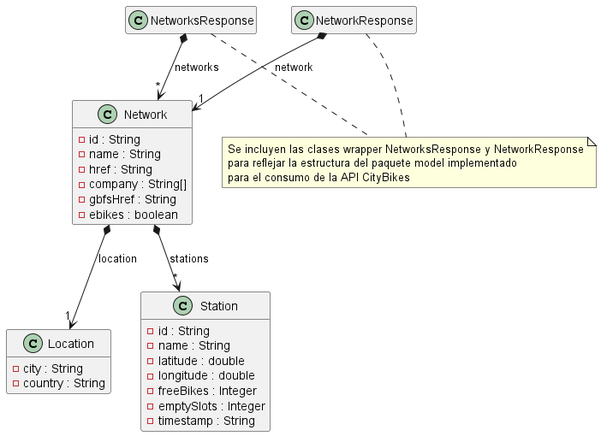
The PlantUML diagram Docs/Models/domain.png in isunican/App-Bicis-Grupo2, before a commit.
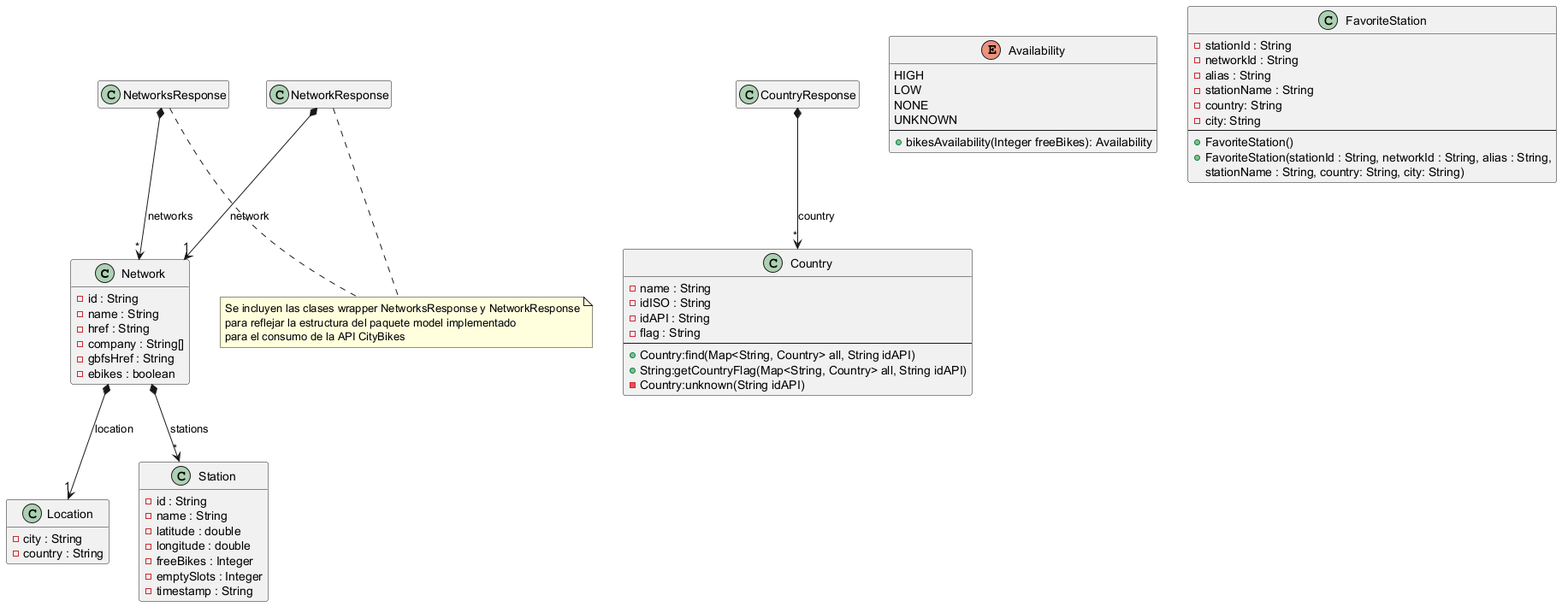
After the commit.

The edit, as a diff of the source:
```diff
@@ -26,6 +26,44 @@
     - timestamp : String
 }
 
+class Country {
+    - name : String
+    - idISO : String
+    - idAPI : String
+    - flag : String
+    --
+    + Country:find(Map<String, Country> all, String idAPI)
+    + String:getCountryFlag(Map<String, Country> all, String idAPI)
+    - Country:unknown(String idAPI)
+}
+
+enum Availability {
+    HIGH
+    LOW
+    NONE
+    UNKNOWN
+    --
+    +bikesAvailability(Integer freeBikes): Availability
+}
+
+class CountryResponse {
+}
+
+class FavoriteStation {
+    - stationId : String
+    - networkId : String
+    - alias : String
+    - stationName : String
+    - country: String
+    - city: String
+    --
+    +FavoriteStation()
+    +FavoriteStation(stationId : String, networkId : String, alias : String,
+    stationName : String, country: String, city: String)
+}
+
+
+
 class NetworksResponse {
 
 }
@@ -42,5 +80,6 @@
 Network *--> "*" Station : stations
 NetworksResponse *--> "*" Network : networks
 NetworkResponse *--> "1" Network : network
+CountryResponse *--> "*" Country : country
 
 @enduml
```
